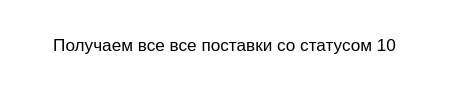
Above: общая схема тарификатора.drawio in AntonKoltsov85/Schemes (draw.io), before the change. Source tidied: cells renumbered, new cells numbered last; positions are measured from the earlier drawing's top-left corner, leaving out a move shared by most shapes. Both pictures are drawn from the tidied source at 143%, with x=0, y=0 at pixel (24, 24).
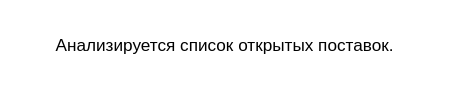
The same page after the edit.

Change to the diagram source:
```diff
@@
 <mxGraphModel>
   <root>
     <mxCell id="0" />
     <mxCell id="1" parent="0" />
-    <mxCell id="2" value="Получаем все все поставки со статусом 10" style="text;html=1;align=center;verticalAlign=middle;whiteSpace=wrap;rounded=0;" parent="1" vertex="1">
+    <mxCell id="2" value="Анализируется список открытых поставок." style="text;html=1;align=center;verticalAlign=middle;whiteSpace=wrap;rounded=0;" parent="1" vertex="1">
       <mxGeometry width="280" height="30" as="geometry" />
     </mxCell>
   </root>
 </mxGraphModel>
```
